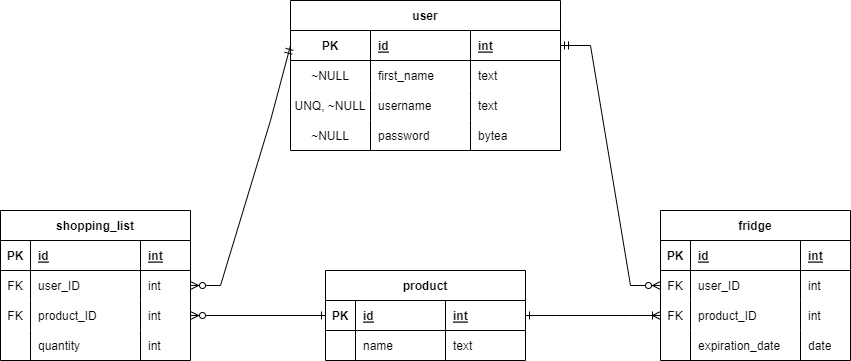
Before: Project Diagrams/Entity relationship diagram.png, a diagram exported from draw.io (Ka3wo123/RecipesApp). Source tidied: cells renumbered, new cells last; positions are measured from the earlier drawing's top-left corner, leaving out a move shared by most shapes.
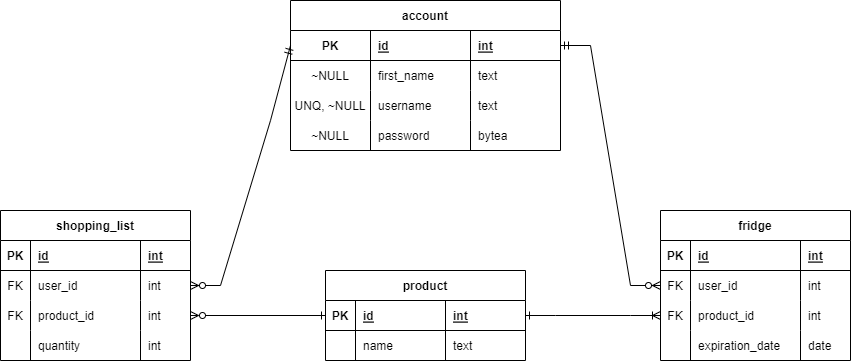
The same file after the commit.

Commit message:
naming ERD

Diff of the diagram source:
```diff
@@ -2,7 +2,7 @@
   <root>
     <mxCell id="0" />
     <mxCell id="1" parent="0" />
-    <mxCell id="2" value="user" style="shape=table;startSize=30;rowLines=0;fontStyle=1;align=center;" parent="1" vertex="1">
+    <mxCell id="2" value="account" style="shape=table;startSize=30;rowLines=0;fontStyle=1;align=center;" parent="1" vertex="1">
       <mxGeometry x="290" width="270" height="150" as="geometry" />
     </mxCell>
     <mxCell id="3" style="shape=tableRow;horizontal=0;startSize=0;swimlaneHead=0;swimlaneBody=0;fillColor=none;points=[[0,0.5],[1,0.5]];portConstraint=eastwest;top=0;left=0;right=0;bottom=1;" parent="2" vertex="1">
@@ -74,7 +74,7 @@
     <mxCell id="25" value="FK" style="shape=partialRectangle;fillColor=none;top=0;left=0;bottom=0;right=0;overflow=hidden;" parent="24" vertex="1">
       <mxGeometry width="30" height="30" as="geometry" />
     </mxCell>
-    <mxCell id="26" value="user_ID" style="shape=partialRectangle;fillColor=none;top=0;left=0;bottom=0;right=0;align=left;spacingLeft=6;overflow=hidden;" parent="24" vertex="1">
+    <mxCell id="26" value="user_id" style="shape=partialRectangle;fillColor=none;top=0;left=0;bottom=0;right=0;align=left;spacingLeft=6;overflow=hidden;" parent="24" vertex="1">
       <mxGeometry x="30" width="110" height="30" as="geometry" />
     </mxCell>
     <mxCell id="27" value="int" style="shape=partialRectangle;fillColor=none;top=0;left=0;bottom=0;right=0;align=left;spacingLeft=6;overflow=hidden;" parent="24" vertex="1">
@@ -86,7 +86,7 @@
     <mxCell id="29" value="FK" style="shape=partialRectangle;fillColor=none;top=0;left=0;bottom=0;right=0;overflow=hidden;" parent="28" vertex="1">
       <mxGeometry width="30" height="30" as="geometry" />
     </mxCell>
-    <mxCell id="30" value="product_ID" style="shape=partialRectangle;fillColor=none;top=0;left=0;bottom=0;right=0;align=left;spacingLeft=6;overflow=hidden;" parent="28" vertex="1">
+    <mxCell id="30" value="product_id" style="shape=partialRectangle;fillColor=none;top=0;left=0;bottom=0;right=0;align=left;spacingLeft=6;overflow=hidden;" parent="28" vertex="1">
       <mxGeometry x="30" width="110" height="30" as="geometry" />
     </mxCell>
     <mxCell id="31" value="int" style="shape=partialRectangle;fillColor=none;top=0;left=0;bottom=0;right=0;align=left;spacingLeft=6;overflow=hidden;" parent="28" vertex="1">
@@ -158,7 +158,7 @@
     <mxCell id="53" value="FK" style="shape=partialRectangle;fillColor=none;top=0;left=0;bottom=0;right=0;overflow=hidden;" parent="52" vertex="1">
       <mxGeometry width="30" height="30" as="geometry" />
     </mxCell>
-    <mxCell id="54" value="user_ID" style="shape=partialRectangle;fillColor=none;top=0;left=0;bottom=0;right=0;align=left;spacingLeft=6;overflow=hidden;" parent="52" vertex="1">
+    <mxCell id="54" value="user_id" style="shape=partialRectangle;fillColor=none;top=0;left=0;bottom=0;right=0;align=left;spacingLeft=6;overflow=hidden;" parent="52" vertex="1">
       <mxGeometry x="30" width="110" height="30" as="geometry" />
     </mxCell>
     <mxCell id="55" value="int" style="shape=partialRectangle;fillColor=none;top=0;left=0;bottom=0;right=0;align=left;spacingLeft=6;overflow=hidden;" parent="52" vertex="1">
@@ -170,7 +170,7 @@
     <mxCell id="57" value="FK" style="shape=partialRectangle;fillColor=none;top=0;left=0;bottom=0;right=0;overflow=hidden;" parent="56" vertex="1">
       <mxGeometry width="30" height="30" as="geometry" />
     </mxCell>
-    <mxCell id="58" value="product_ID" style="shape=partialRectangle;fillColor=none;top=0;left=0;bottom=0;right=0;align=left;spacingLeft=6;overflow=hidden;" parent="56" vertex="1">
+    <mxCell id="58" value="product_id" style="shape=partialRectangle;fillColor=none;top=0;left=0;bottom=0;right=0;align=left;spacingLeft=6;overflow=hidden;" parent="56" vertex="1">
       <mxGeometry x="30" width="110" height="30" as="geometry" />
     </mxCell>
     <mxCell id="59" value="int" style="shape=partialRectangle;fillColor=none;top=0;left=0;bottom=0;right=0;align=left;spacingLeft=6;overflow=hidden;" parent="56" vertex="1">
```
